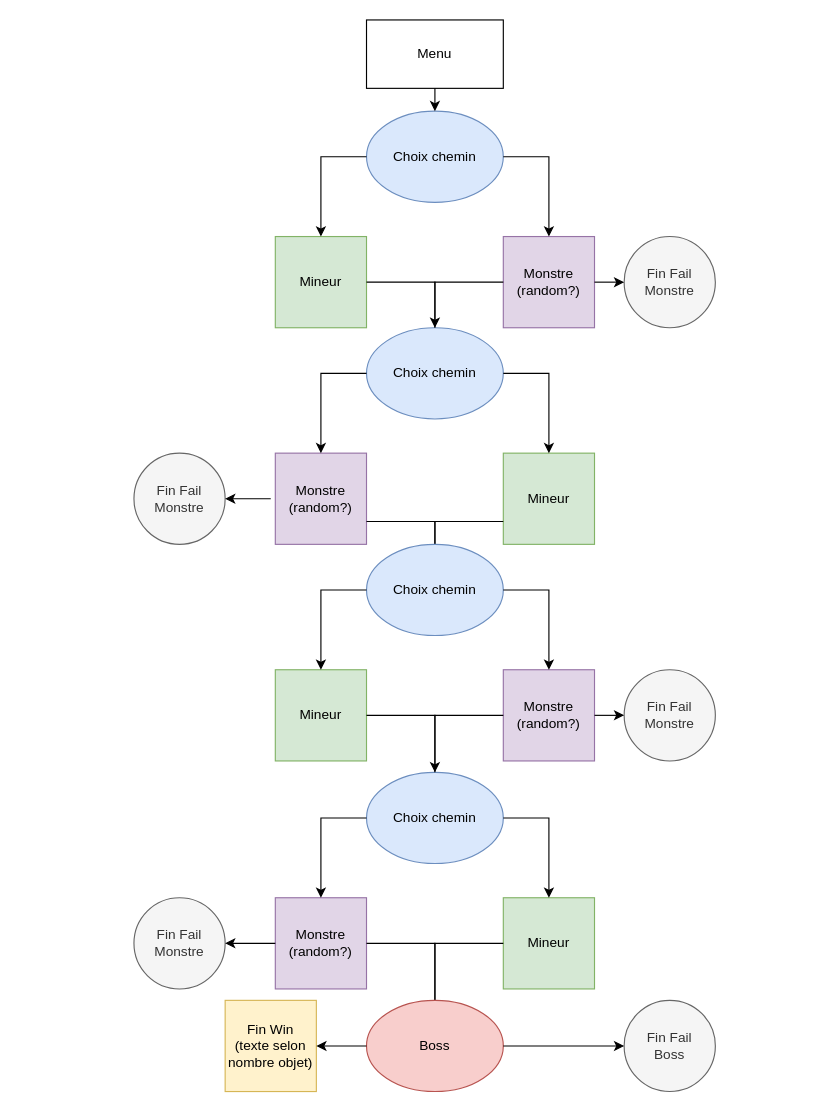
This is TheCave.drawio from Hulgodoo/TheCave, a draw.io file, before an edit. Source tidied: cells renumbered, new cells numbered last; positions are measured from the earlier drawing's top-left corner, leaving out a move shared by most shapes. Both pictures are drawn from the tidied source at 114%, with x=0, y=0 at pixel (133, 19).
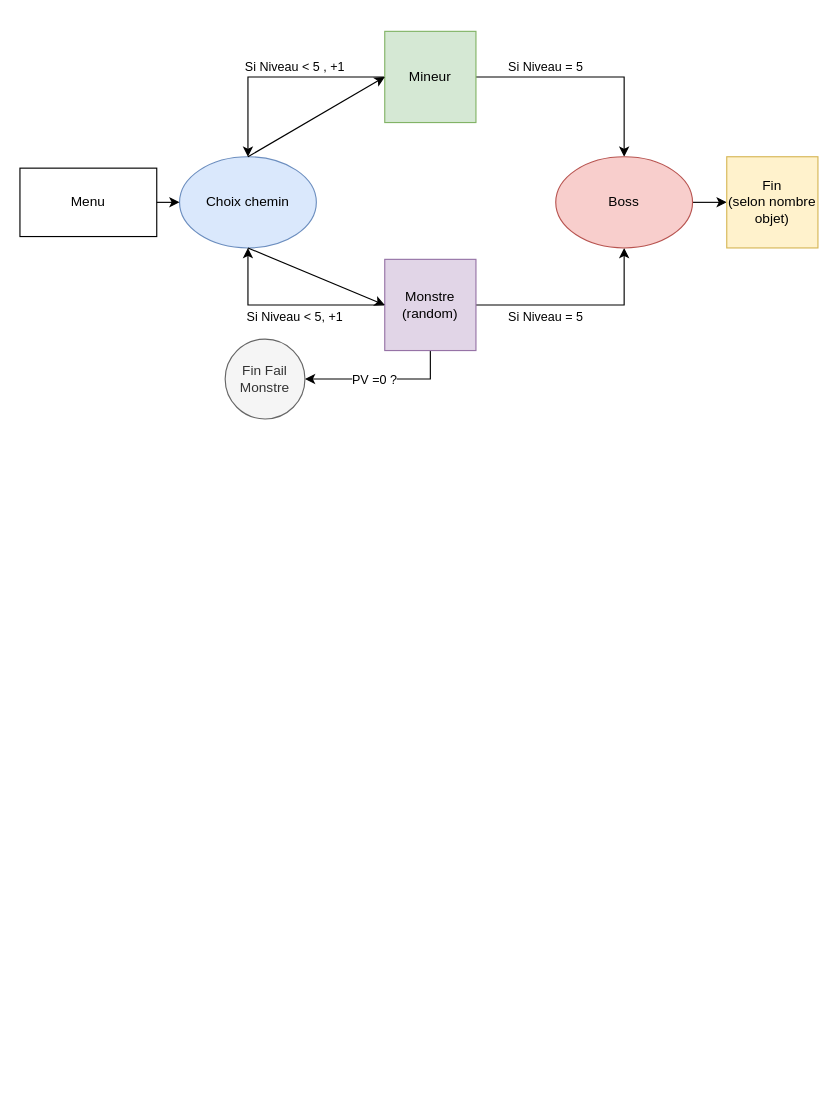
The same page after the edit.

Commit message (it also covers changes not shown here):
simplification du plan

The edit, as a diff of the source:
```diff
@@
     <mxCell id="2" value="Menu" style="rounded=0;whiteSpace=wrap;html=1;direction=east;" parent="1" vertex="1">
-      <mxGeometry x="204" width="120" height="60" as="geometry" />
+      <mxGeometry x="-100" y="130" width="120" height="60" as="geometry" />
     </mxCell>
     <mxCell id="3" value="Choix chemin" style="ellipse;whiteSpace=wrap;html=1;fillColor=#dae8fc;strokeColor=#6c8ebf;direction=east;" parent="1" vertex="1">
-      <mxGeometry x="204" y="80" width="120" height="80" as="geometry" />
+      <mxGeometry x="40" y="120" width="120" height="80" as="geometry" />
     </mxCell>
+    <mxCell id="45" style="edgeStyle=orthogonalEdgeStyle;rounded=0;jettySize=auto;html=1;exitX=0;exitY=0.5;exitDx=0;exitDy=0;entryX=0.5;entryY=0;entryDx=0;entryDy=0;" parent="1" edge="1" source="4" target="3">
+      <mxGeometry relative="1" as="geometry" />
+    </mxCell>
+    <mxCell id="46" value="Si Niveau &amp;lt; 5 , +1" style="edgeLabel;html=1;align=center;verticalAlign=middle;" parent="45" vertex="1">
+      <mxGeometry x="0.18" y="-1" relative="1" as="geometry">
+        <mxPoint x="32" y="-9" as="offset" />
+      </mxGeometry>
+    </mxCell>
+    <mxCell id="47" style="edgeStyle=orthogonalEdgeStyle;rounded=0;jettySize=auto;html=1;exitX=1;exitY=0.5;exitDx=0;exitDy=0;entryX=0.5;entryY=0;entryDx=0;entryDy=0;" parent="1" edge="1" source="4" target="28">
+      <mxGeometry relative="1" as="geometry" />
+    </mxCell>
+    <mxCell id="48" value="Si Niveau = 5" style="edgeLabel;html=1;align=center;verticalAlign=middle;" parent="47" vertex="1">
+      <mxGeometry x="-0.63" y="1" relative="1" as="geometry">
+        <mxPoint x="23" y="-9" as="offset" />
+      </mxGeometry>
+    </mxCell>
     <mxCell id="4" value="Mineur" style="whiteSpace=wrap;html=1;fillColor=#d5e8d4;strokeColor=#82b366;direction=east;" parent="1" vertex="1">
-      <mxGeometry x="124" y="190" width="80" height="80" as="geometry" />
+      <mxGeometry x="220" y="10" width="80" height="80" as="geometry" />
     </mxCell>
+    <mxCell id="49" style="edgeStyle=orthogonalEdgeStyle;rounded=0;jettySize=auto;html=1;exitX=0.5;exitY=1;exitDx=0;exitDy=0;entryX=1;entryY=0.5;entryDx=0;entryDy=0;" parent="1" edge="1" source="5" target="39">
+      <mxGeometry relative="1" as="geometry" />
+    </mxCell>
+    <mxCell id="50" value="PV =0 ?" style="edgeLabel;html=1;align=center;verticalAlign=middle;" parent="49" vertex="1">
+      <mxGeometry x="0.6" y="-2" relative="1" as="geometry">
+        <mxPoint x="33" y="2" as="offset" />
+      </mxGeometry>
+    </mxCell>
+    <mxCell id="51" style="edgeStyle=orthogonalEdgeStyle;rounded=0;jettySize=auto;html=1;exitX=1;exitY=0.5;exitDx=0;exitDy=0;entryX=0.5;entryY=1;entryDx=0;entryDy=0;" parent="1" edge="1" source="5" target="28">
+      <mxGeometry relative="1" as="geometry" />
+    </mxCell>
+    <mxCell id="52" style="edgeStyle=orthogonalEdgeStyle;rounded=0;jettySize=auto;html=1;exitX=0;exitY=0.5;exitDx=0;exitDy=0;entryX=0.5;entryY=1;entryDx=0;entryDy=0;" parent="1" edge="1" source="5" target="3">
+      <mxGeometry relative="1" as="geometry" />
+    </mxCell>
-    <mxCell id="5" value="Monstre (random?)" style="whiteSpace=wrap;html=1;fillColor=#e1d5e7;strokeColor=#9673a6;direction=east;" parent="1" vertex="1">
-      <mxGeometry x="324" y="190" width="80" height="80" as="geometry" />
+    <mxCell id="5" value="Monstre (random)" style="whiteSpace=wrap;html=1;fillColor=#e1d5e7;strokeColor=#9673a6;direction=east;" parent="1" vertex="1">
+      <mxGeometry x="220" y="210" width="80" height="80" as="geometry" />
     </mxCell>
-    <mxCell id="6" style="endArrow=classic;html=1;rounded=0;entryX=0.5;entryY=0;entryDx=0;entryDy=0;exitX=0.5;exitY=0;exitDx=0;exitDy=0;" parent="1" edge="1" target="3">
-      <mxGeometry relative="1" as="geometry">
-        <mxPoint x="264" y="60" as="sourcePoint" />
-      </mxGeometry>
-    </mxCell>
+    <mxCell id="34" style="edgeStyle=orthogonalEdgeStyle;rounded=0;jettySize=auto;html=1;exitX=1;exitY=0.5;exitDx=0;exitDy=0;entryX=0;entryY=0.5;entryDx=0;entryDy=0;" parent="1" edge="1" source="28" target="29">
+      <mxGeometry relative="1" as="geometry" />
+    </mxCell>
+    <mxCell id="28" value="Boss" style="ellipse;whiteSpace=wrap;html=1;fillColor=#f8cecc;strokeColor=#b85450;direction=east;" parent="1" vertex="1">
+      <mxGeometry x="370" y="120" width="120" height="80" as="geometry" />
+    </mxCell>
+    <mxCell id="29" value="Fin&lt;br&gt;(selon nombre objet)" style="whiteSpace=wrap;html=1;fillColor=#fff2cc;strokeColor=#d6b656;direction=east;" parent="1" vertex="1">
+      <mxGeometry x="520" y="120" width="80" height="80" as="geometry" />
+    </mxCell>
+    <mxCell id="39" value="Fin Fail&lt;br&gt;Monstre" style="ellipse;whiteSpace=wrap;html=1;fillColor=#f5f5f5;fontColor=#333333;strokeColor=#666666;direction=east;" parent="1" vertex="1">
+      <mxGeometry x="80" y="280" width="70" height="70" as="geometry" />
+    </mxCell>
+    <mxCell id="53" style="endArrow=classic;html=1;rounded=0;exitX=1;exitY=0.5;exitDx=0;exitDy=0;entryX=0;entryY=0.5;entryDx=0;entryDy=0;" parent="1" edge="1" source="2" target="3">
+      <mxGeometry relative="1" as="geometry" />
+    </mxCell>
-    <mxCell id="7" style="endArrow=classic;html=1;rounded=0;exitX=0;exitY=0.5;exitDx=0;exitDy=0;entryX=0.5;entryY=0;entryDx=0;entryDy=0;" parent="1" edge="1" source="3" target="4">
-      <mxGeometry relative="1" as="geometry">
-        <Array as="points">
-          <mxPoint x="164" y="120" />
-        </Array>
-      </mxGeometry>
+    <mxCell id="7" style="endArrow=classic;html=1;rounded=0;exitX=0.5;exitY=0;exitDx=0;exitDy=0;entryX=0;entryY=0.5;entryDx=0;entryDy=0;" parent="1" edge="1" source="3" target="4">
+      <mxGeometry relative="1" as="geometry" />
     </mxCell>
-    <mxCell id="8" style="endArrow=classic;html=1;rounded=0;exitX=1;exitY=0.5;exitDx=0;exitDy=0;entryX=0.5;entryY=0;entryDx=0;entryDy=0;" parent="1" edge="1" source="3" target="5">
-      <mxGeometry relative="1" as="geometry">
-        <Array as="points">
-          <mxPoint x="364" y="120" />
-        </Array>
-      </mxGeometry>
+    <mxCell id="8" style="endArrow=classic;html=1;rounded=0;exitX=0.5;exitY=1;exitDx=0;exitDy=0;entryX=0;entryY=0.5;entryDx=0;entryDy=0;" parent="1" edge="1" source="3" target="5">
+      <mxGeometry relative="1" as="geometry" />
     </mxCell>
-    <mxCell id="9" value="Choix chemin" style="ellipse;whiteSpace=wrap;html=1;fillColor=#dae8fc;strokeColor=#6c8ebf;direction=east;" parent="1" vertex="1">
-      <mxGeometry x="204" y="270" width="120" height="80" as="geometry" />
-    </mxCell>
-    <mxCell id="10" value="Mineur" style="whiteSpace=wrap;html=1;fillColor=#d5e8d4;strokeColor=#82b366;direction=east;" parent="1" vertex="1">
-      <mxGeometry x="324" y="380" width="80" height="80" as="geometry" />
-    </mxCell>
-    <mxCell id="11" value="Monstre (random?)" style="whiteSpace=wrap;html=1;fillColor=#e1d5e7;strokeColor=#9673a6;direction=east;" parent="1" vertex="1">
-      <mxGeometry x="124" y="380" width="80" height="80" as="geometry" />
-    </mxCell>
-    <mxCell id="12" style="endArrow=classic;html=1;rounded=0;exitX=1;exitY=0.5;exitDx=0;exitDy=0;entryX=0.5;entryY=0;entryDx=0;entryDy=0;" parent="1" edge="1" source="4" target="9">
-      <mxGeometry relative="1" as="geometry">
-        <Array as="points">
-          <mxPoint x="264" y="230" />
-        </Array>
-      </mxGeometry>
-    </mxCell>
-    <mxCell id="13" style="endArrow=none;html=1;rounded=0;entryX=0;entryY=0.5;entryDx=0;entryDy=0;exitX=0;exitY=0.5;exitDx=0;exitDy=0;" parent="1" edge="1" target="5">
-      <mxGeometry relative="1" as="geometry">
-        <mxPoint x="264" y="270" as="sourcePoint" />
-        <Array as="points">
-          <mxPoint x="264" y="230" />
-        </Array>
-      </mxGeometry>
-    </mxCell>
-    <mxCell id="14" style="endArrow=classic;html=1;rounded=0;exitX=1;exitY=0.5;exitDx=0;exitDy=0;entryX=0.5;entryY=0;entryDx=0;entryDy=0;" parent="1" edge="1">
-      <mxGeometry relative="1" as="geometry">
-        <mxPoint x="204" y="440" as="sourcePoint" />
-        <mxPoint x="264" y="500" as="targetPoint" />
-        <Array as="points">
-          <mxPoint x="264" y="440" />
-        </Array>
-      </mxGeometry>
-    </mxCell>
-    <mxCell id="15" style="endArrow=none;html=1;rounded=0;exitX=0.5;exitY=0;exitDx=0;exitDy=0;entryX=0.5;entryY=0;entryDx=0;entryDy=0;" parent="1" edge="1" source="16">
-      <mxGeometry relative="1" as="geometry">
-        <mxPoint x="324" y="440" as="targetPoint" />
-        <Array as="points">
-          <mxPoint x="264" y="440" />
-        </Array>
-      </mxGeometry>
-    </mxCell>
-    <mxCell id="16" value="Choix chemin" style="ellipse;whiteSpace=wrap;html=1;fillColor=#dae8fc;strokeColor=#6c8ebf;direction=east;" parent="1" vertex="1">
-      <mxGeometry x="204" y="460" width="120" height="80" as="geometry" />
-    </mxCell>
-    <mxCell id="17" value="Mineur" style="whiteSpace=wrap;html=1;fillColor=#d5e8d4;strokeColor=#82b366;direction=east;" parent="1" vertex="1">
-      <mxGeometry x="124" y="570" width="80" height="80" as="geometry" />
-    </mxCell>
-    <mxCell id="18" value="Monstre (random?)" style="whiteSpace=wrap;html=1;fillColor=#e1d5e7;strokeColor=#9673a6;direction=east;" parent="1" vertex="1">
-      <mxGeometry x="324" y="570" width="80" height="80" as="geometry" />
-    </mxCell>
-    <mxCell id="19" style="endArrow=classic;html=1;rounded=0;exitX=0;exitY=0.5;exitDx=0;exitDy=0;entryX=0.5;entryY=0;entryDx=0;entryDy=0;" parent="1" edge="1" source="16" target="17">
-      <mxGeometry relative="1" as="geometry">
-        <Array as="points">
-          <mxPoint x="164" y="500" />
-        </Array>
-      </mxGeometry>
-    </mxCell>
-    <mxCell id="20" style="endArrow=classic;html=1;rounded=0;exitX=1;exitY=0.5;exitDx=0;exitDy=0;entryX=0.5;entryY=0;entryDx=0;entryDy=0;" parent="1" edge="1" source="16" target="18">
-      <mxGeometry relative="1" as="geometry">
-        <Array as="points">
-          <mxPoint x="364" y="500" />
-        </Array>
-      </mxGeometry>
-    </mxCell>
-    <mxCell id="21" value="Choix chemin" style="ellipse;whiteSpace=wrap;html=1;fillColor=#dae8fc;strokeColor=#6c8ebf;direction=east;" parent="1" vertex="1">
-      <mxGeometry x="204" y="660" width="120" height="80" as="geometry" />
-    </mxCell>
-    <mxCell id="22" value="Mineur" style="whiteSpace=wrap;html=1;fillColor=#d5e8d4;strokeColor=#82b366;direction=east;" parent="1" vertex="1">
-      <mxGeometry x="324" y="770" width="80" height="80" as="geometry" />
-    </mxCell>
-    <mxCell id="23" value="Monstre (random?)" style="whiteSpace=wrap;html=1;fillColor=#e1d5e7;strokeColor=#9673a6;direction=east;" parent="1" vertex="1">
-      <mxGeometry x="124" y="770" width="80" height="80" as="geometry" />
-    </mxCell>
-    <mxCell id="24" style="endArrow=classic;html=1;rounded=0;exitX=1;exitY=0.5;exitDx=0;exitDy=0;entryX=0.5;entryY=0;entryDx=0;entryDy=0;" parent="1" edge="1" source="17" target="21">
-      <mxGeometry relative="1" as="geometry">
-        <Array as="points">
-          <mxPoint x="264" y="610" />
-          <mxPoint x="264" y="650" />
-        </Array>
-      </mxGeometry>
-    </mxCell>
-    <mxCell id="25" style="endArrow=none;html=1;rounded=0;exitX=0.5;exitY=0;exitDx=0;exitDy=0;entryX=0;entryY=0.5;entryDx=0;entryDy=0;" parent="1" edge="1" source="21" target="18">
-      <mxGeometry relative="1" as="geometry">
-        <Array as="points">
-          <mxPoint x="264" y="610" />
-        </Array>
-      </mxGeometry>
-    </mxCell>
-    <mxCell id="26" style="endArrow=classic;html=1;rounded=0;exitX=1;exitY=0.5;exitDx=0;exitDy=0;entryX=0.5;entryY=0;entryDx=0;entryDy=0;" parent="1" edge="1">
-      <mxGeometry relative="1" as="geometry">
-        <mxPoint x="204" y="810" as="sourcePoint" />
-        <mxPoint x="264" y="870" as="targetPoint" />
-        <Array as="points">
-          <mxPoint x="264" y="810" />
-        </Array>
-      </mxGeometry>
-    </mxCell>
-    <mxCell id="27" style="endArrow=none;html=1;rounded=0;exitX=0.5;exitY=0;exitDx=0;exitDy=0;entryX=0.5;entryY=0;entryDx=0;entryDy=0;" parent="1" edge="1" source="28">
-      <mxGeometry relative="1" as="geometry">
-        <mxPoint x="324" y="810" as="targetPoint" />
-        <Array as="points">
-          <mxPoint x="264" y="810" />
-        </Array>
-      </mxGeometry>
-    </mxCell>
-    <mxCell id="28" value="Boss" style="ellipse;whiteSpace=wrap;html=1;fillColor=#f8cecc;strokeColor=#b85450;direction=east;" parent="1" vertex="1">
-      <mxGeometry x="204" y="860" width="120" height="80" as="geometry" />
-    </mxCell>
-    <mxCell id="29" value="Fin Win&lt;br&gt;(texte selon nombre objet)" style="whiteSpace=wrap;html=1;fillColor=#fff2cc;strokeColor=#d6b656;direction=east;" parent="1" vertex="1">
-      <mxGeometry x="80" y="860" width="80" height="80" as="geometry" />
-    </mxCell>
-    <mxCell id="30" value="Fin Fail&lt;br&gt;Boss" style="ellipse;whiteSpace=wrap;html=1;fillColor=#f5f5f5;fontColor=#333333;strokeColor=#666666;direction=east;" parent="1" vertex="1">
-      <mxGeometry x="430" y="860" width="80" height="80" as="geometry" />
-    </mxCell>
-    <mxCell id="31" value="Fin Fail&lt;br&gt;Monstre" style="ellipse;whiteSpace=wrap;html=1;fillColor=#f5f5f5;fontColor=#333333;strokeColor=#666666;direction=east;" parent="1" vertex="1">
-      <mxGeometry y="770" width="80" height="80" as="geometry" />
-    </mxCell>
-    <mxCell id="32" value="Fin Fail&lt;br&gt;Monstre" style="ellipse;whiteSpace=wrap;html=1;fillColor=#f5f5f5;fontColor=#333333;strokeColor=#666666;direction=east;" parent="1" vertex="1">
-      <mxGeometry x="430" y="570" width="80" height="80" as="geometry" />
-    </mxCell>
-    <mxCell id="33" value="Fin Fail&lt;br&gt;Monstre" style="ellipse;whiteSpace=wrap;html=1;fillColor=#f5f5f5;fontColor=#333333;strokeColor=#666666;direction=east;" parent="1" vertex="1">
-      <mxGeometry y="380" width="80" height="80" as="geometry" />
-    </mxCell>
-    <mxCell id="34" style="endArrow=classic;html=1;rounded=0;exitX=0;exitY=0.5;exitDx=0;exitDy=0;entryX=1;entryY=0.5;entryDx=0;entryDy=0;" parent="1" edge="1" source="28" target="29">
-      <mxGeometry relative="1" as="geometry" />
-    </mxCell>
-    <mxCell id="35" style="endArrow=classic;html=1;rounded=0;exitX=1;exitY=0.5;exitDx=0;exitDy=0;entryX=0;entryY=0.5;entryDx=0;entryDy=0;" parent="1" edge="1" source="28" target="30">
-      <mxGeometry relative="1" as="geometry" />
-    </mxCell>
-    <mxCell id="36" style="endArrow=classic;html=1;rounded=0;exitX=0;exitY=0.5;exitDx=0;exitDy=0;entryX=0;entryY=0.5;entryDx=0;entryDy=0;" parent="1" edge="1" source="23">
-      <mxGeometry relative="1" as="geometry">
-        <mxPoint x="80" y="810" as="targetPoint" />
-      </mxGeometry>
-    </mxCell>
-    <mxCell id="37" style="endArrow=classic;html=1;rounded=0;exitX=1;exitY=0.5;exitDx=0;exitDy=0;entryX=0;entryY=0.5;entryDx=0;entryDy=0;" parent="1" edge="1" source="18" target="32">
-      <mxGeometry relative="1" as="geometry" />
-    </mxCell>
-    <mxCell id="38" style="endArrow=classic;html=1;rounded=0;" parent="1" edge="1">
-      <mxGeometry relative="1" as="geometry">
-        <mxPoint x="120" y="420" as="sourcePoint" />
-        <mxPoint x="80" y="420" as="targetPoint" />
-      </mxGeometry>
-    </mxCell>
-    <mxCell id="39" value="Fin Fail&lt;br&gt;Monstre" style="ellipse;whiteSpace=wrap;html=1;fillColor=#f5f5f5;fontColor=#333333;strokeColor=#666666;direction=east;" parent="1" vertex="1">
-      <mxGeometry x="430" y="190" width="80" height="80" as="geometry" />
-    </mxCell>
-    <mxCell id="40" style="endArrow=classic;html=1;rounded=0;exitX=0;exitY=0.5;exitDx=0;exitDy=0;entryX=0;entryY=0.5;entryDx=0;entryDy=0;" parent="1" edge="1" target="39">
-      <mxGeometry relative="1" as="geometry">
-        <mxPoint x="404" y="230" as="sourcePoint" />
-      </mxGeometry>
-    </mxCell>
-    <mxCell id="41" style="endArrow=classic;html=1;rounded=0;entryX=0.5;entryY=0;entryDx=0;entryDy=0;exitX=1;exitY=0.5;exitDx=0;exitDy=0;" parent="1" edge="1" source="21" target="22">
-      <mxGeometry relative="1" as="geometry">
-        <Array as="points">
-          <mxPoint x="364" y="700" />
-        </Array>
-      </mxGeometry>
-    </mxCell>
-    <mxCell id="42" style="endArrow=classic;html=1;rounded=0;exitX=0;exitY=0.5;exitDx=0;exitDy=0;entryX=0.5;entryY=0;entryDx=0;entryDy=0;" parent="1" edge="1" source="21" target="23">
-      <mxGeometry relative="1" as="geometry">
-        <Array as="points">
-          <mxPoint x="164" y="700" />
-        </Array>
-      </mxGeometry>
-    </mxCell>
-    <mxCell id="43" style="endArrow=classic;html=1;rounded=0;exitX=1;exitY=0.5;exitDx=0;exitDy=0;entryX=0.5;entryY=0;entryDx=0;entryDy=0;" parent="1" edge="1" source="9" target="10">
-      <mxGeometry relative="1" as="geometry">
-        <Array as="points">
-          <mxPoint x="364" y="310" />
-        </Array>
-      </mxGeometry>
-    </mxCell>
-    <mxCell id="44" style="endArrow=classic;html=1;rounded=0;exitX=0;exitY=0.5;exitDx=0;exitDy=0;entryX=0.5;entryY=0;entryDx=0;entryDy=0;" parent="1" edge="1" source="9" target="11">
-      <mxGeometry relative="1" as="geometry">
-        <Array as="points">
-          <mxPoint x="164" y="310" />
-        </Array>
-      </mxGeometry>
-    </mxCell>
+    <mxCell id="54" value="Si Niveau = 5" style="edgeLabel;html=1;align=center;verticalAlign=middle;" parent="1" vertex="1">
+      <mxGeometry x="360" y="260" as="geometry" />
+    </mxCell>
+    <mxCell id="55" value="Si Niveau &amp;lt; 5, +1" style="edgeLabel;html=1;align=center;verticalAlign=middle;" parent="1" vertex="1">
+      <mxGeometry x="140" y="260" as="geometry" />
+    </mxCell>
```
